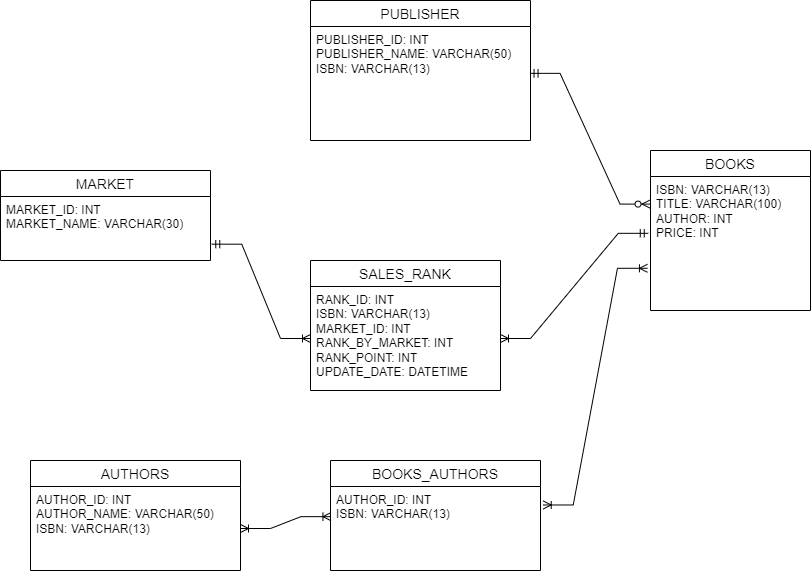
Above: Mini_Project_2/source/prepare_to_Crawling/ERD_PHYSICAL.drawio.png in Hyunminmax/MiniProjects (draw.io), before the change. Source tidied: cells renumbered, new cells last; positions are measured from the earlier drawing's top-left corner, leaving out a move shared by most shapes.
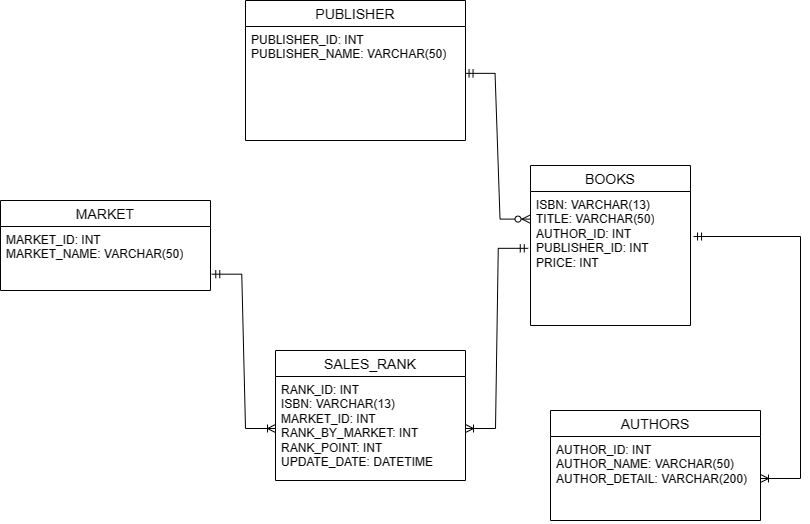
Above is the later version.

Diff of the diagram source:
```diff
@@ -3,41 +3,35 @@
     <mxCell id="0" />
     <mxCell id="1" parent="0" />
     <mxCell id="2" value="MARKET" style="swimlane;fontStyle=0;horizontal=1;startSize=26;align=center;fontSize=14;" parent="1" vertex="1">
-      <mxGeometry y="170" width="210" height="90" as="geometry" />
+      <mxGeometry x="-10" y="260" width="210" height="90" as="geometry" />
     </mxCell>
-    <mxCell id="3" value="MARKET_ID: INT&lt;br&gt;MARKET_NAME: VARCHAR(30)" style="text;strokeColor=none;fillColor=none;spacingLeft=4;spacingRight=4;overflow=hidden;points=[[0,0.5],[1,0.5]];portConstraint=eastwest;fontSize=12;whiteSpace=wrap;html=1;" parent="2" vertex="1">
+    <mxCell id="3" value="MARKET_ID: INT&lt;br&gt;MARKET_NAME: VARCHAR(50)" style="text;strokeColor=none;fillColor=none;spacingLeft=4;spacingRight=4;overflow=hidden;points=[[0,0.5],[1,0.5]];portConstraint=eastwest;fontSize=12;whiteSpace=wrap;html=1;" parent="2" vertex="1">
       <mxGeometry y="26" width="210" height="64" as="geometry" />
     </mxCell>
     <mxCell id="4" value="PUBLISHER" style="swimlane;fontStyle=0;horizontal=1;startSize=26;align=center;fontSize=14;" parent="1" vertex="1">
-      <mxGeometry x="310" width="220" height="140" as="geometry" />
+      <mxGeometry x="235" y="60" width="220" height="140" as="geometry" />
     </mxCell>
-    <mxCell id="5" value="PUBLISHER_ID: INT&lt;br&gt;PUBLISHER_NAME: VARCHAR(50)&lt;br&gt;ISBN: VARCHAR(13)" style="text;strokeColor=none;fillColor=none;spacingLeft=4;spacingRight=4;overflow=hidden;points=[[0,0.5],[1,0.5]];portConstraint=eastwest;fontSize=12;whiteSpace=wrap;html=1;" parent="4" vertex="1">
+    <mxCell id="5" value="PUBLISHER_ID: INT&lt;br&gt;PUBLISHER_NAME: VARCHAR(50)" style="text;strokeColor=none;fillColor=none;spacingLeft=4;spacingRight=4;overflow=hidden;points=[[0,0.5],[1,0.5]];portConstraint=eastwest;fontSize=12;whiteSpace=wrap;html=1;" parent="4" vertex="1">
       <mxGeometry y="26" width="220" height="114" as="geometry" />
     </mxCell>
     <mxCell id="6" value="SALES_RANK" style="swimlane;fontStyle=0;horizontal=1;startSize=26;align=center;fontSize=14;" parent="1" vertex="1">
-      <mxGeometry x="310" y="260" width="190" height="130" as="geometry" />
+      <mxGeometry x="265" y="410" width="190" height="130" as="geometry" />
     </mxCell>
     <mxCell id="7" value="RANK_ID: INT&lt;br&gt;ISBN: VARCHAR(13)&lt;br&gt;MARKET_ID: INT&lt;br&gt;RANK_BY_MARKET: INT&lt;br&gt;RANK_POINT: INT&lt;br&gt;UPDATE_DATE: DATETIME" style="text;strokeColor=none;fillColor=none;spacingLeft=4;spacingRight=4;overflow=hidden;points=[[0,0.5],[1,0.5]];portConstraint=eastwest;fontSize=12;whiteSpace=wrap;html=1;" parent="6" vertex="1">
       <mxGeometry y="26" width="190" height="104" as="geometry" />
     </mxCell>
     <mxCell id="8" value="BOOKS" style="swimlane;fontStyle=0;horizontal=1;startSize=26;align=center;fontSize=14;" parent="1" vertex="1">
-      <mxGeometry x="650" y="150" width="160" height="160" as="geometry" />
+      <mxGeometry x="520" y="225" width="160" height="160" as="geometry" />
     </mxCell>
-    <mxCell id="9" value="ISBN: VARCHAR(13)&lt;div&gt;TITLE: VARCHAR(100)&lt;/div&gt;&lt;div&gt;AUTHOR: INT&lt;/div&gt;&lt;div&gt;PRICE: INT&lt;/div&gt;" style="text;strokeColor=none;fillColor=none;spacingLeft=4;spacingRight=4;overflow=hidden;points=[[0,0.5],[1,0.5]];portConstraint=eastwest;fontSize=12;whiteSpace=wrap;html=1;" parent="8" vertex="1">
+    <mxCell id="9" value="ISBN: VARCHAR(13)&lt;div&gt;TITLE: VARCHAR(50)&lt;/div&gt;&lt;div&gt;AUTHOR_ID: INT&lt;/div&gt;&lt;div&gt;PUBLISHER_ID: INT&lt;/div&gt;&lt;div&gt;PRICE: INT&lt;/div&gt;" style="text;strokeColor=none;fillColor=none;spacingLeft=4;spacingRight=4;overflow=hidden;points=[[0,0.5],[1,0.5]];portConstraint=eastwest;fontSize=12;whiteSpace=wrap;html=1;" parent="8" vertex="1">
       <mxGeometry y="26" width="160" height="134" as="geometry" />
     </mxCell>
     <mxCell id="10" value="AUTHORS" style="swimlane;fontStyle=0;horizontal=1;startSize=26;align=center;fontSize=14;" parent="1" vertex="1">
-      <mxGeometry x="30" y="460" width="210" height="110" as="geometry" />
+      <mxGeometry x="540" y="470" width="210" height="110" as="geometry" />
     </mxCell>
-    <mxCell id="11" value="AUTHOR_ID: INT&lt;br&gt;AUTHOR_NAME: VARCHAR(50)&lt;div&gt;ISBN: VARCHAR(13)&lt;/div&gt;" style="text;strokeColor=none;fillColor=none;spacingLeft=4;spacingRight=4;overflow=hidden;points=[[0,0.5],[1,0.5]];portConstraint=eastwest;fontSize=12;whiteSpace=wrap;html=1;" parent="10" vertex="1">
+    <mxCell id="11" value="AUTHOR_ID: INT&lt;br&gt;AUTHOR_NAME: VARCHAR(50)&lt;div&gt;AUTHOR_DETAIL: VARCHAR(200)&lt;/div&gt;" style="text;strokeColor=none;fillColor=none;spacingLeft=4;spacingRight=4;overflow=hidden;points=[[0,0.5],[1,0.5]];portConstraint=eastwest;fontSize=12;whiteSpace=wrap;html=1;" parent="10" vertex="1">
       <mxGeometry y="26" width="210" height="84" as="geometry" />
     </mxCell>
-    <mxCell id="12" value="BOOKS_AUTHORS" style="swimlane;fontStyle=0;horizontal=1;startSize=26;align=center;fontSize=14;" parent="1" vertex="1">
-      <mxGeometry x="330" y="460" width="210" height="110" as="geometry" />
-    </mxCell>
-    <mxCell id="13" value="AUTHOR_ID: INT&lt;br&gt;&lt;div&gt;ISBN: VARCHAR(13)&lt;/div&gt;" style="text;strokeColor=none;fillColor=none;spacingLeft=4;spacingRight=4;overflow=hidden;points=[[0,0.5],[1,0.5]];portConstraint=eastwest;fontSize=12;whiteSpace=wrap;html=1;" parent="12" vertex="1">
-      <mxGeometry y="26" width="210" height="84" as="geometry" />
-    </mxCell>
     <mxCell id="14" style="edgeStyle=entityRelationEdgeStyle;fontSize=12;html=1;endArrow=ERoneToMany;startArrow=ERmandOne;rounded=0;exitX=1.006;exitY=0.745;exitDx=0;exitDy=0;exitPerimeter=0;entryX=0;entryY=0.5;entryDx=0;entryDy=0;" parent="1" edge="1" source="3" target="7">
       <mxGeometry relative="1" as="geometry" />
     </mxCell>
@@ -47,11 +41,13 @@
     <mxCell id="16" style="edgeStyle=entityRelationEdgeStyle;fontSize=12;html=1;endArrow=ERoneToMany;startArrow=ERmandOne;rounded=0;entryX=1;entryY=0.5;entryDx=0;entryDy=0;exitX=-0.014;exitY=0.424;exitDx=0;exitDy=0;exitPerimeter=0;" parent="1" edge="1" source="9" target="7">
       <mxGeometry relative="1" as="geometry" />
     </mxCell>
-    <mxCell id="17" style="edgeStyle=entityRelationEdgeStyle;fontSize=12;html=1;endArrow=ERoneToMany;startArrow=ERoneToMany;rounded=0;entryX=-0.019;entryY=0.685;entryDx=0;entryDy=0;entryPerimeter=0;exitX=1.013;exitY=0.22;exitDx=0;exitDy=0;exitPerimeter=0;" parent="1" edge="1" source="13" target="9">
-      <mxGeometry relative="1" as="geometry" />
-    </mxCell>
-    <mxCell id="18" style="edgeStyle=entityRelationEdgeStyle;fontSize=12;html=1;endArrow=ERoneToMany;startArrow=ERoneToMany;rounded=0;entryX=0.002;entryY=0.359;entryDx=0;entryDy=0;entryPerimeter=0;" parent="1" edge="1" source="11" target="13">
-      <mxGeometry relative="1" as="geometry" />
-    </mxCell>
+    <mxCell id="19" style="edgeStyle=orthogonalEdgeStyle;fontSize=12;html=1;endArrow=ERoneToMany;startArrow=ERmandOne;rounded=0;exitX=1.019;exitY=0.336;exitDx=0;exitDy=0;exitPerimeter=0;entryX=1;entryY=0.5;entryDx=0;entryDy=0;" parent="1" edge="1" source="9" target="11">
+      <mxGeometry relative="1" as="geometry">
+        <Array as="points">
+          <mxPoint x="790" y="296" />
+          <mxPoint x="790" y="538" />
+        </Array>
+      </mxGeometry>
+    </mxCell>
   </root>
 </mxGraphModel>
```
